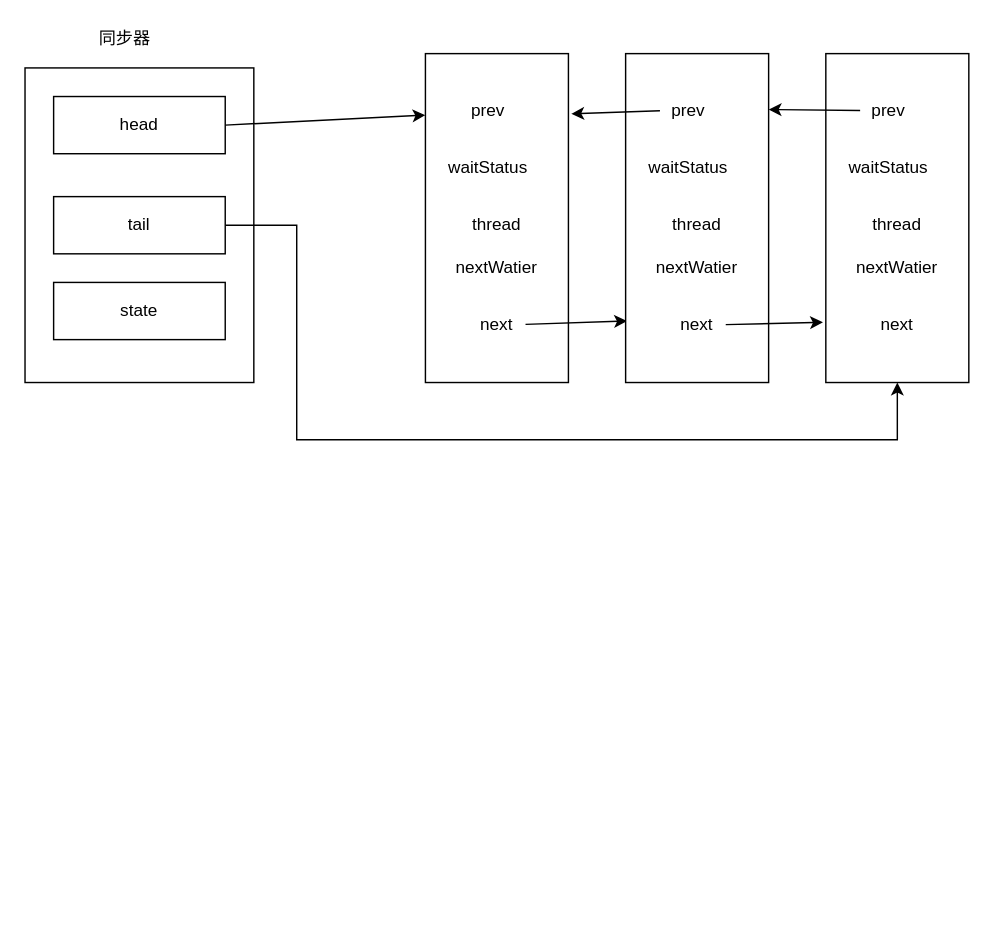
arxobject/spring_analysis keeps this draw.io diagram as diagrams/AQS.drawio. Above is the earlier version. Source tidied: cells renumbered, new cells numbered last; positions are measured from the earlier drawing's top-left corner, leaving out a move shared by most shapes. Both pictures are drawn from the tidied source at 143%, with x=0, y=0 at pixel (24, 24).
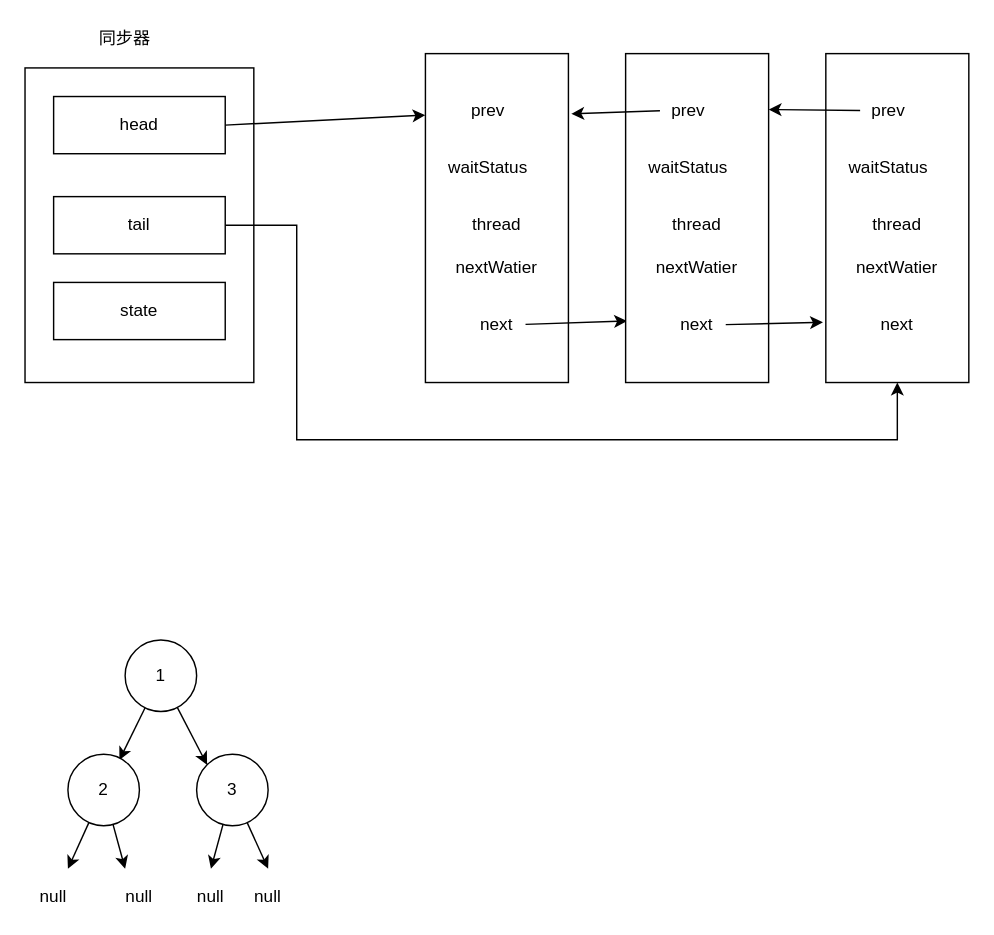
Above is the later version.

What changed in the source:
```diff
@@
+    <mxCell id="31" style="rounded=0;jettySize=auto;html=1;entryX=0.72;entryY=0.08;entryDx=0;entryDy=0;entryPerimeter=0;" parent="1" edge="1" source="33" target="36">
+      <mxGeometry relative="1" as="geometry" />
+    </mxCell>
+    <mxCell id="32" style="edgeStyle=none;rounded=0;jettySize=auto;html=1;entryX=0;entryY=0;entryDx=0;entryDy=0;" parent="1" edge="1" source="33" target="39">
+      <mxGeometry relative="1" as="geometry" />
+    </mxCell>
+    <mxCell id="33" value="1" style="ellipse;whiteSpace=wrap;html=1;" parent="1" vertex="1">
+      <mxGeometry x="70" y="430" width="50" height="50" as="geometry" />
+    </mxCell>
+    <mxCell id="34" style="edgeStyle=none;rounded=0;jettySize=auto;html=1;" parent="1" edge="1" source="36">
+      <mxGeometry relative="1" as="geometry">
+        <mxPoint x="30" y="590" as="targetPoint" />
+      </mxGeometry>
+    </mxCell>
+    <mxCell id="35" style="edgeStyle=none;rounded=0;jettySize=auto;html=1;" parent="1" edge="1" source="36">
+      <mxGeometry relative="1" as="geometry">
+        <mxPoint x="70" y="590" as="targetPoint" />
+      </mxGeometry>
+    </mxCell>
+    <mxCell id="36" value="2" style="ellipse;whiteSpace=wrap;html=1;" parent="1" vertex="1">
+      <mxGeometry x="30" y="510" width="50" height="50" as="geometry" />
+    </mxCell>
+    <mxCell id="37" style="edgeStyle=none;rounded=0;jettySize=auto;html=1;" parent="1" edge="1" source="39">
+      <mxGeometry relative="1" as="geometry">
+        <mxPoint x="130" y="590" as="targetPoint" />
+      </mxGeometry>
+    </mxCell>
+    <mxCell id="38" style="edgeStyle=none;rounded=0;jettySize=auto;html=1;" parent="1" edge="1" source="39">
+      <mxGeometry relative="1" as="geometry">
+        <mxPoint x="170" y="590" as="targetPoint" />
+      </mxGeometry>
+    </mxCell>
+    <mxCell id="39" value="3" style="ellipse;whiteSpace=wrap;html=1;" parent="1" vertex="1">
+      <mxGeometry x="120" y="510" width="50" height="50" as="geometry" />
+    </mxCell>
+    <mxCell id="40" value="null" style="text;html=1;strokeColor=none;fillColor=none;align=center;verticalAlign=middle;whiteSpace=wrap;rounded=0;" parent="1" vertex="1">
+      <mxGeometry y="600" width="40" height="20" as="geometry" />
+    </mxCell>
+    <mxCell id="41" value="null" style="text;html=1;strokeColor=none;fillColor=none;align=center;verticalAlign=middle;whiteSpace=wrap;rounded=0;" parent="1" vertex="1">
+      <mxGeometry x="60" y="600" width="40" height="20" as="geometry" />
+    </mxCell>
+    <mxCell id="42" value="null" style="text;html=1;strokeColor=none;fillColor=none;align=center;verticalAlign=middle;whiteSpace=wrap;rounded=0;" parent="1" vertex="1">
+      <mxGeometry x="110" y="600" width="40" height="20" as="geometry" />
+    </mxCell>
+    <mxCell id="43" value="null" style="text;html=1;strokeColor=none;fillColor=none;align=center;verticalAlign=middle;whiteSpace=wrap;rounded=0;" parent="1" vertex="1">
+      <mxGeometry x="150" y="600" width="40" height="20" as="geometry" />
+    </mxCell>
```
